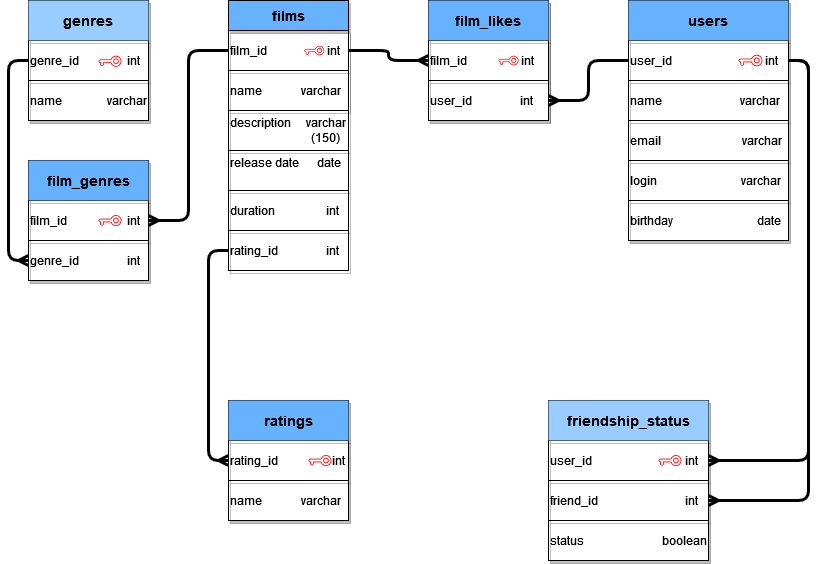
KraynovAlexander/java-filmorate keeps this draw.io diagram as ER_diagram.png. Above is the earlier version. Source tidied: cells renumbered, new cells last; positions are measured from the earlier drawing's top-left corner, leaving out a move shared by most shapes.
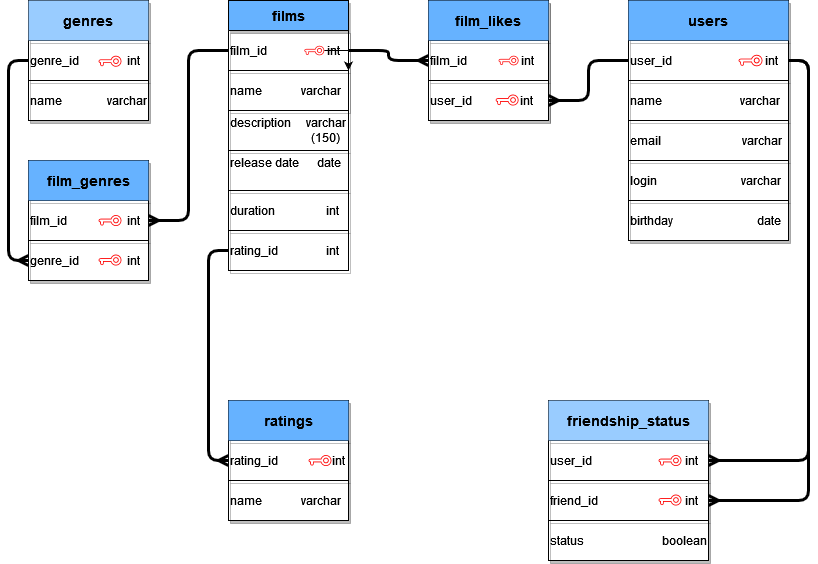
The same file after the commit.

Commit message:
Добавил составные ключи в сводных Таблицах

What changed in the source:
```diff
@@ -242,5 +242,14 @@
     <mxCell id="81" style="sketch=0;shadow=0;dashed=0;html=1;strokeColor=none;fillColor=#FF0000;labelPosition=center;verticalLabelPosition=bottom;verticalAlign=top;align=center;shape=mxgraph.vvd.key;direction=south;" parent="1" vertex="1">
       <mxGeometry x="630" y="454.5" width="23" height="11" as="geometry" />
     </mxCell>
+    <mxCell id="82" style="sketch=0;shadow=0;dashed=0;html=1;strokeColor=none;fillColor=#FF0000;labelPosition=center;verticalLabelPosition=bottom;verticalAlign=top;align=center;shape=mxgraph.vvd.key;direction=south;" parent="1" vertex="1">
+      <mxGeometry x="70" y="254" width="23" height="11" as="geometry" />
+    </mxCell>
+    <mxCell id="83" style="sketch=0;shadow=0;dashed=0;html=1;strokeColor=none;fillColor=#FF0000;labelPosition=center;verticalLabelPosition=bottom;verticalAlign=top;align=center;shape=mxgraph.vvd.key;direction=south;" parent="1" vertex="1">
+      <mxGeometry x="467.1" y="94" width="23" height="11" as="geometry" />
+    </mxCell>
+    <mxCell id="84" style="sketch=0;shadow=0;dashed=0;html=1;strokeColor=none;fillColor=#FF0000;labelPosition=center;verticalLabelPosition=bottom;verticalAlign=top;align=center;shape=mxgraph.vvd.key;direction=south;" parent="1" vertex="1">
+      <mxGeometry x="630" y="494" width="23" height="11" as="geometry" />
+    </mxCell>
   </root>
 </mxGraphModel>
```
